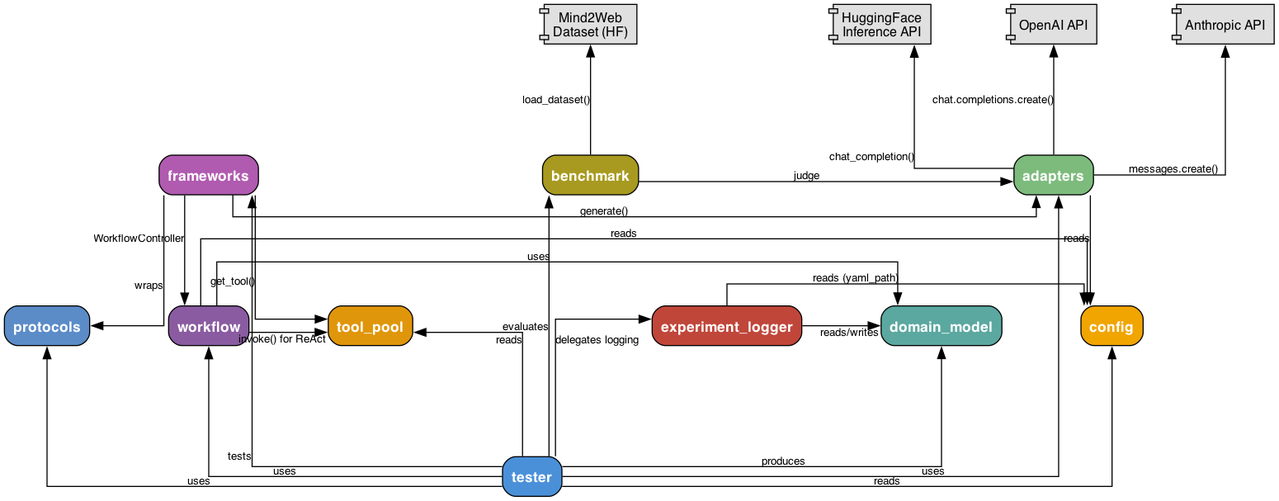
Before: images/component_diagram.png, a diagram exported from Graphviz (cewebbr/mastif). Its source is kept beside it as images/component_diagram.dot.
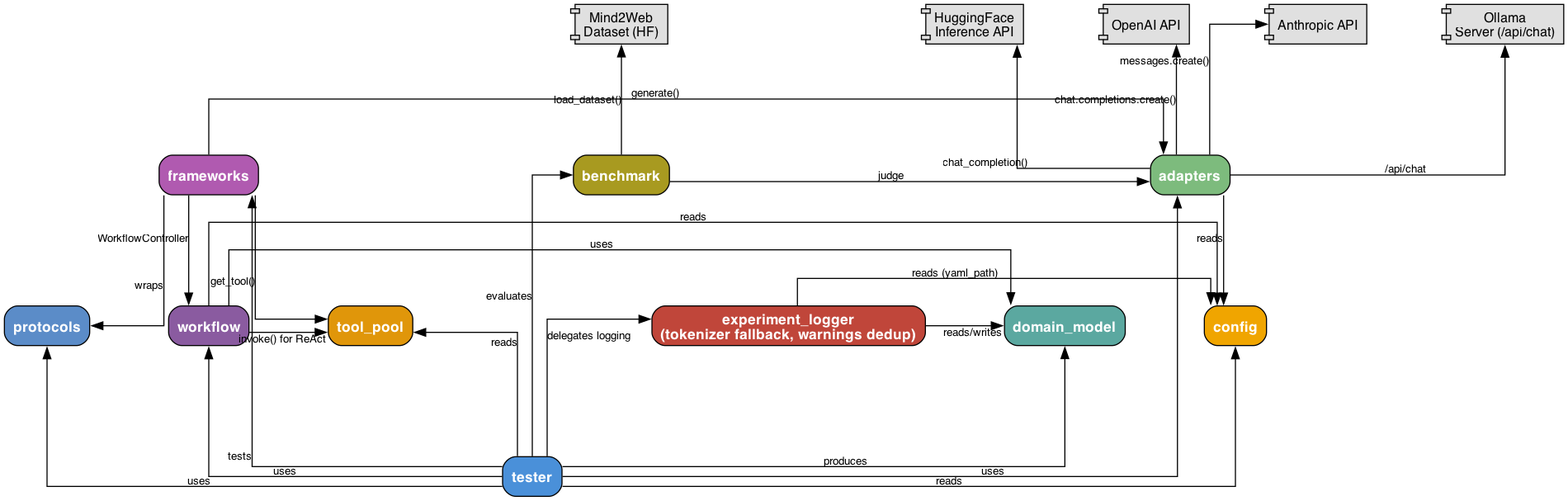
After the commit.

The edit, as a diff of the source:
```diff
@@ -18,6 +18,7 @@
     HuggingFaceAPI;
     OpenAIAPI;
     AnthropicAPI;
+    OllamaAPI;
     Mind2WebDataset;
 }
 
@@ -40,6 +41,13 @@
     style="filled",
     fillcolor="#e0e0e0",
     label="Anthropic API"
+];
+
+OllamaAPI [
+    shape=component,
+    style="filled",
+    fillcolor="#e0e0e0",
+    label="Ollama\nServer (/api/chat)"
 ];
 
 Mind2WebDataset [
@@ -131,7 +139,7 @@
     fontcolor=white,
     fontname="Helvetica-Bold",
     fontsize=13,
-    label="experiment_logger"
+    label="experiment_logger\n(tokenizer fallback, warnings dedup)"
 ];
 
 
@@ -185,6 +193,7 @@
 adapters -> HuggingFaceAPI [xlabel="chat_completion()"];
 adapters -> OpenAIAPI      [xlabel="chat.completions.create()"];
 adapters -> AnthropicAPI   [xlabel="messages.create()"];
+adapters -> OllamaAPI     [xlabel="/api/chat"];
 adapters -> config         [xlabel="reads"];
 
 frameworks -> adapters  [xlabel="generate()"];
```
